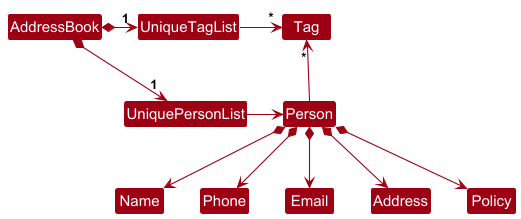
The PlantUML diagram docs/images/BetterModelClassDiagram.png in nathtiekk/tp, before a commit.
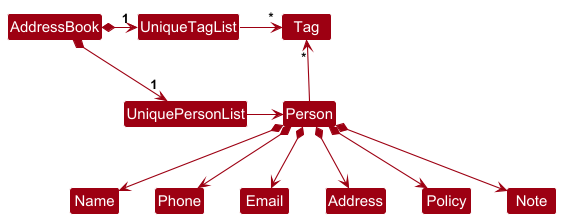
Later version of the same file.

Commit message:
Update model class diagram with note

Change to the diagram source:
```diff
@@ -19,4 +19,5 @@
 Person *--> Email
 Person *--> Address
 Person *--> Policy
+Person *--> Note
 @enduml
```
